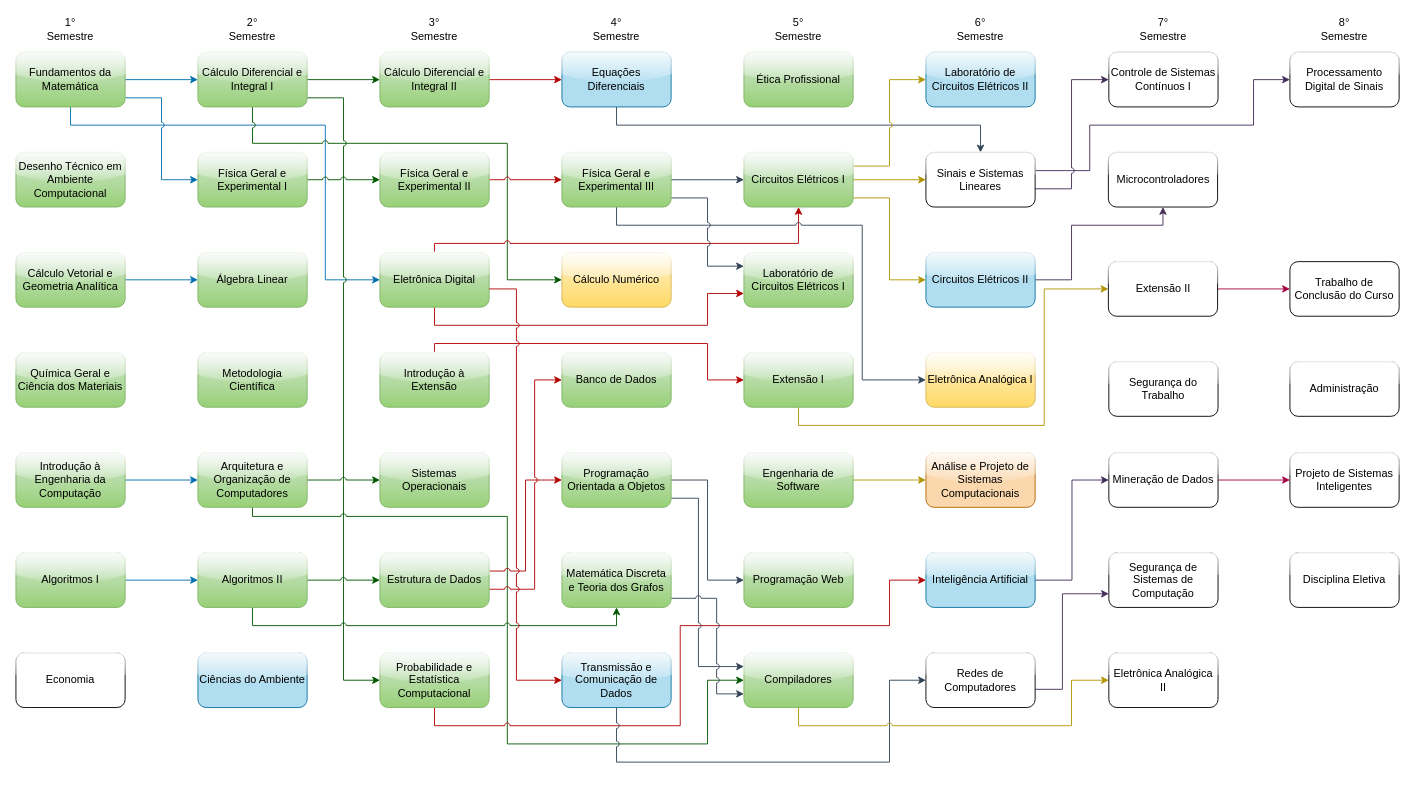
Before: fluxograma-disciplinas.drawio in mateus-s-a/IFMT_Eng_Computacao, a draw.io diagram. Source tidied: cells renumbered, new cells numbered last; positions are measured from the earlier drawing's top-left corner, leaving out a move shared by most shapes. Both pictures are drawn from the tidied source at 91%, with x=0, y=0 at pixel (15, 15).
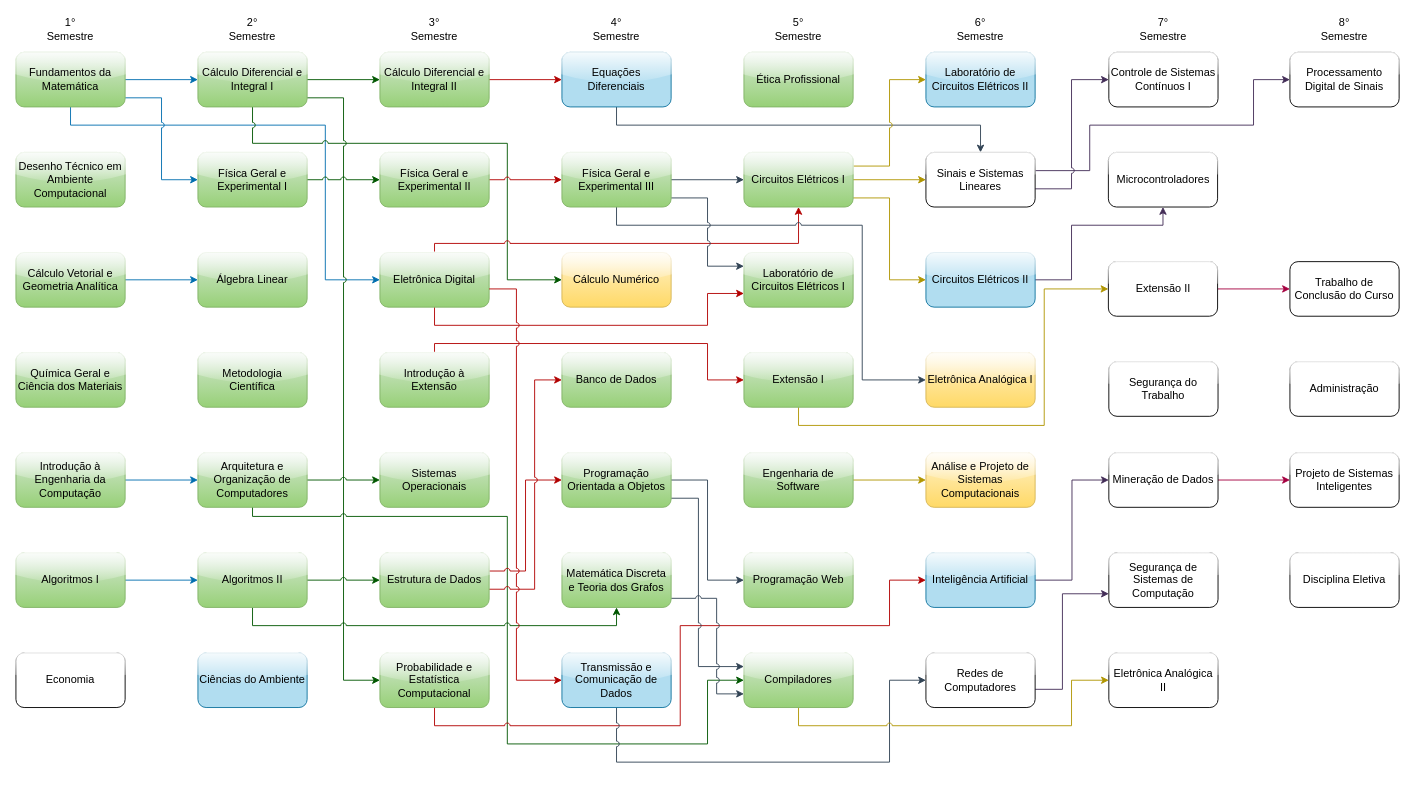
The same diagram, later.

The change refers to these unchanged cells:
```xml
<mxCell id="91" style="group;" parent="1" vertex="1">
  <mxGeometry x="1000" width="120" height="760" as="geometry" />
</mxCell>
```

Diff of the diagram source:
```diff
@@
-    <mxCell id="96" value="Análise e Projeto de Sistemas Computacionais" style="rounded=1;whiteSpace=wrap;html=1;glass=1;fillColor=#fad7ac;strokeColor=#b46504;" parent="91" vertex="1">
+    <mxCell id="96" value="Análise e Projeto de Sistemas Computacionais" style="rounded=1;whiteSpace=wrap;html=1;glass=1;fillColor=#fff2cc;strokeColor=#d6b656;gradientColor=#ffd966;" parent="91" vertex="1">
       <mxGeometry y="480" width="120" height="60" as="geometry" />
     </mxCell>
```
